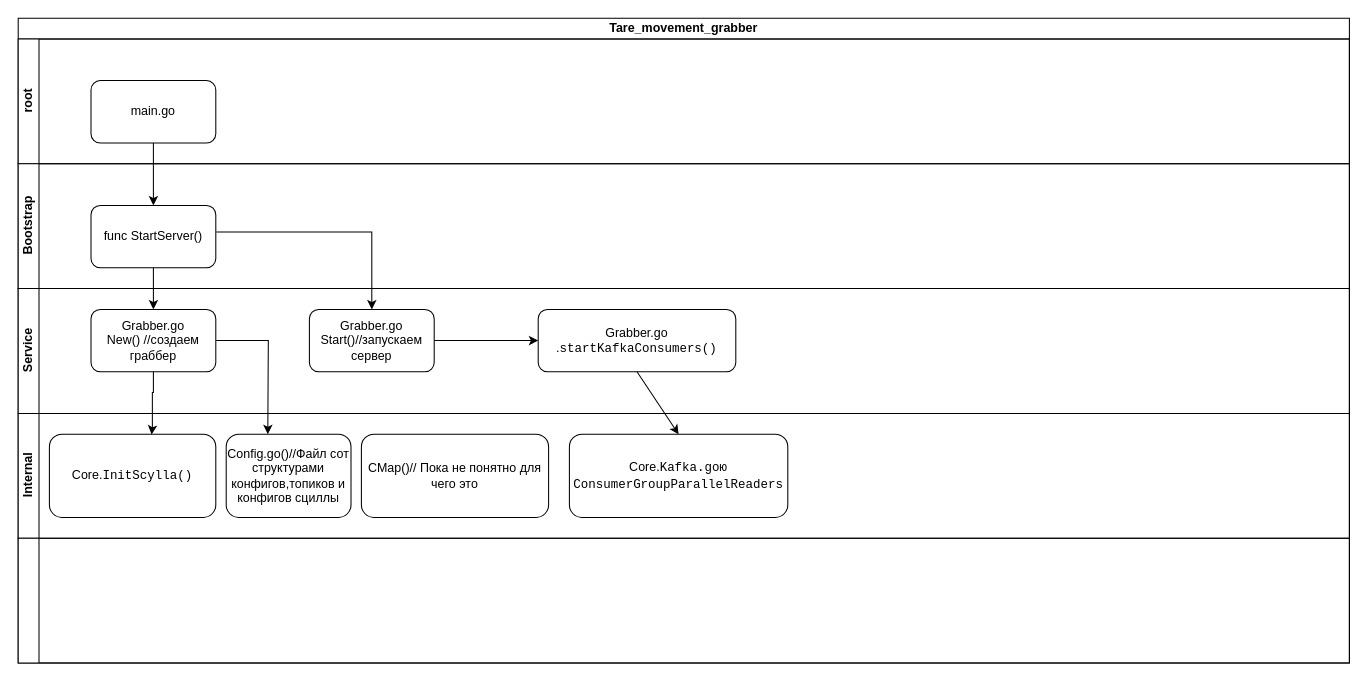
This is Tare_movement_grabber.drawio from AntonKoltsov85/Schemes, a draw.io file, before an edit. Source tidied: cells renumbered, new cells numbered last; positions are measured from the earlier drawing's top-left corner, leaving out a move shared by most shapes. Both pictures are drawn from the tidied source at 104%, with x=0, y=0 at pixel (18, 18).
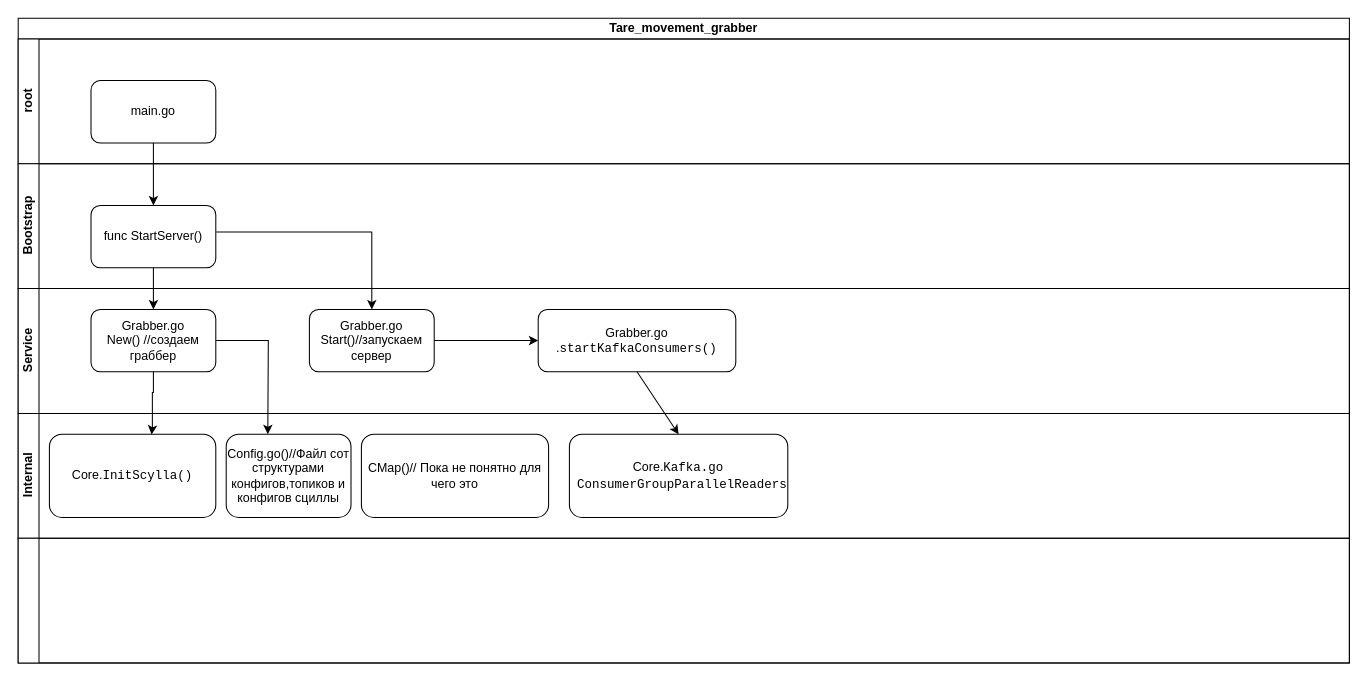
After the change.

Unchanged cells that the change refers to:
```xml
<mxCell id="13" value="Internal" style="swimlane;html=1;startSize=20;horizontal=0;" parent="2" vertex="1">
  <mxGeometry y="380" width="1280" height="120" as="geometry" />
</mxCell>
```

What changed in the source:
```diff
@@
-    <mxCell id="17" value="Core.&lt;font face=&quot;monospace&quot;&gt;Kafka.goю&lt;/font&gt;&lt;code&gt;&lt;span class=&quot;hljs-function&quot;&gt; &lt;/span&gt;&lt;span class=&quot;hljs-title&quot;&gt;ConsumerGroupParallelReaders&lt;/span&gt;&lt;/code&gt;" style="rounded=1;whiteSpace=wrap;html=1;" parent="13" vertex="1">
+    <mxCell id="17" value="Core.&lt;font face=&quot;monospace&quot;&gt;Kafka.go&lt;br&gt;&lt;/font&gt;&lt;code&gt;&lt;span class=&quot;hljs-function&quot;&gt;&amp;nbsp;&lt;/span&gt;&lt;span class=&quot;hljs-title&quot;&gt;ConsumerGroupParallelReaders&lt;/span&gt;&lt;/code&gt;" style="rounded=1;whiteSpace=wrap;html=1;" parent="13" vertex="1">
       <mxGeometry x="530" y="20" width="210" height="80" as="geometry" />
     </mxCell>
```
